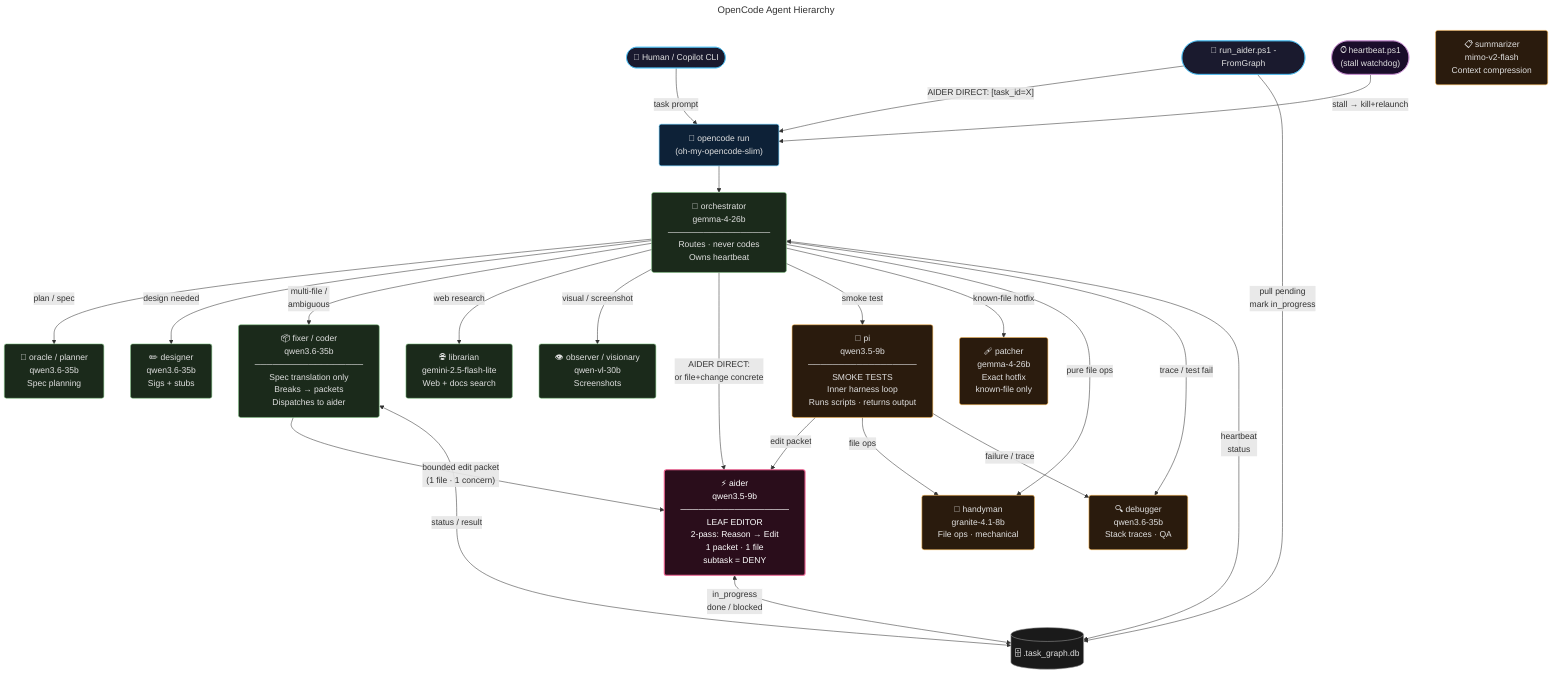
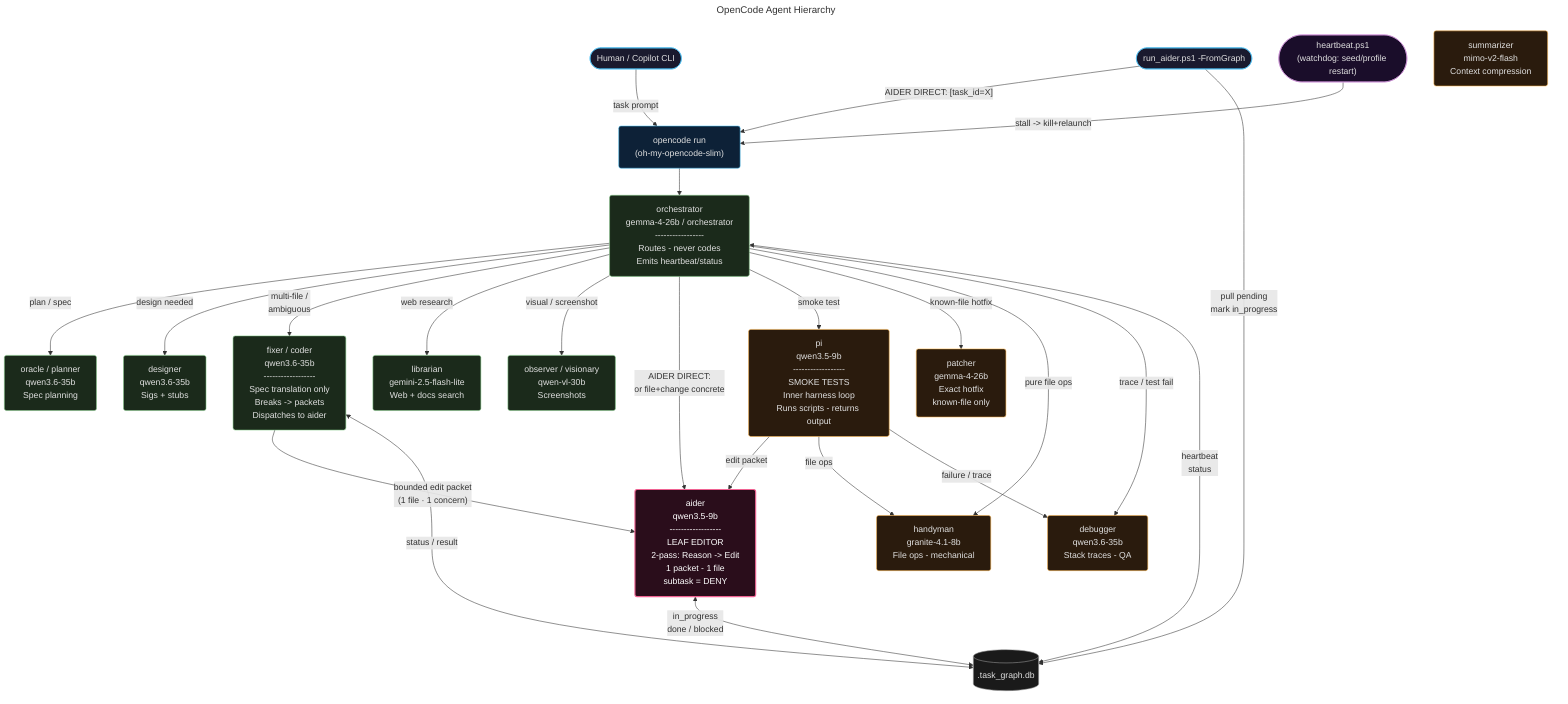
---
title: OpenCode Agent Hierarchy
---
flowchart TD
    %% ── Entry Points ──────────────────────────────────────────────
-     HUMAN(["👤 Human / Copilot CLI"])
-     RAG(["📜 run_aider.ps1 -FromGraph"])
-     HB(["⏱ heartbeat.ps1\n(stall watchdog)"])
-     DB[("🗄 .task_graph.db")]
+     HUMAN(["Human / Copilot CLI"])
+     RAG(["run_aider.ps1 -FromGraph"])
+     HB(["heartbeat.ps1\n(watchdog: seed/profile restart)"])
+     DB[(".task_graph.db")]

    %% ── opencode shell ────────────────────────────────────────────
-     OC["🚀 opencode run\n(oh-my-opencode-slim)"]
+     OC["opencode run\n(oh-my-opencode-slim)"]

    %% ── Primary agents ────────────────────────────────────────────
-     ORCH["🎯 orchestrator\ngemma-4-26b\n─────────────────\nRoutes · never codes\nOwns heartbeat"]
+     ORCH["orchestrator\ngemma-4-26b / orchestrator\n-----------------\nRoutes - never codes\nEmits heartbeat/status"]

-     ORACLE["🧠 oracle / planner\nqwen3.6-35b\nSpec planning"]
-     DESIGNER["✏️ designer\nqwen3.6-35b\nSigs + stubs"]
-     FIXER["📦 fixer / coder\nqwen3.6-35b\n──────────────────\nSpec translation only\nBreaks → packets\nDispatches to aider"]
-     LIBRARIAN["🌐 librarian\ngemini-2.5-flash-lite\nWeb + docs search"]
-     OBSERVER["👁 observer / visionary\nqwen-vl-30b\nScreenshots"]
+     ORACLE["oracle / planner\nqwen3.6-35b\nSpec planning"]
+     DESIGNER["designer\nqwen3.6-35b\nSigs + stubs"]
+     FIXER["fixer / coder\nqwen3.6-35b\n------------------\nSpec translation only\nBreaks -> packets\nDispatches to aider"]
+     LIBRARIAN["librarian\ngemini-2.5-flash-lite\nWeb + docs search"]
+     OBSERVER["observer / visionary\nqwen-vl-30b\nScreenshots"]

    %% ── Subagents ─────────────────────────────────────────────────
-     PI["🔬 pi\nqwen3.5-9b\n──────────────────\nSMOKE TESTS\nInner harness loop\nRuns scripts · returns output"]
-     AIDER["⚡ aider\nqwen3.5-9b\n──────────────────\nLEAF EDITOR\n2-pass: Reason → Edit\n1 packet · 1 file\nsubtask = DENY"]
-     HANDYMAN["🔧 handyman\ngranite-4.1-8b\nFile ops · mechanical"]
-     PATCHER["🩹 patcher\ngemma-4-26b\nExact hotfix\nknown-file only"]
-     DEBUGGER["🔍 debugger\nqwen3.6-35b\nStack traces · QA"]
-     SUMMARIZER["📋 summarizer\nmimo-v2-flash\nContext compression"]
+     PI["pi\nqwen3.5-9b\n------------------\nSMOKE TESTS\nInner harness loop\nRuns scripts - returns output"]
+     AIDER["aider\nqwen3.5-9b\n------------------\nLEAF EDITOR\n2-pass: Reason -> Edit\n1 packet - 1 file\nsubtask = DENY"]
+     HANDYMAN["handyman\ngranite-4.1-8b\nFile ops - mechanical"]
+     PATCHER["patcher\ngemma-4-26b\nExact hotfix\nknown-file only"]
+     DEBUGGER["debugger\nqwen3.6-35b\nStack traces - QA"]
+     SUMMARIZER["summarizer\nmimo-v2-flash\nContext compression"]

    %% ── Entry → shell ─────────────────────────────────────────────
    HUMAN -->|"task prompt"| OC
    RAG -->|"AIDER DIRECT: [task_id=X]"| OC
-     HB -->|"stall → kill+relaunch"| OC
+     HB -->|"stall -> kill+relaunch"| OC

    %% ── shell → orchestrator ──────────────────────────────────────
    OC --> ORCH

    %% ── orchestrator → primaries ──────────────────────────────────
    ORCH -->|"plan / spec"| ORACLE
    ORCH -->|"design needed"| DESIGNER
    ORCH -->|"multi-file /\nambiguous"| FIXER
    ORCH -->|"web research"| LIBRARIAN
    ORCH -->|"visual / screenshot"| OBSERVER

    %% ── orchestrator → subagents (direct shortcuts) ───────────────
    ORCH -->|"AIDER DIRECT:\nor file+change concrete"| AIDER
    ORCH -->|"smoke test"| PI
    ORCH -->|"known-file hotfix"| PATCHER
    ORCH -->|"pure file ops"| HANDYMAN
    ORCH -->|"trace / test fail"| DEBUGGER

    %% ── fixer → aider (packet chain) ─────────────────────────────
    FIXER -->|"bounded edit packet\n(1 file · 1 concern)"| AIDER

    %% ── pi internal routing ───────────────────────────────────────
    PI -->|"edit packet"| AIDER
    PI -->|"file ops"| HANDYMAN
    PI -->|"failure / trace"| DEBUGGER

    %% ── task graph wiring ─────────────────────────────────────────
    ORCH <-->|"heartbeat\nstatus"| DB
    FIXER <-->|"status / result"| DB
    AIDER <-->|"in_progress\ndone / blocked"| DB
    RAG -->|"pull pending\nmark in_progress"| DB

    %% ── styles ────────────────────────────────────────────────────
    classDef entry    fill:#1a1a2e,stroke:#4fc3f7,color:#e0e0e0,rx:8
    classDef shell    fill:#0d2137,stroke:#4fc3f7,color:#e0e0e0,rx:4
    classDef primary  fill:#1b2a1b,stroke:#81c784,color:#e0e0e0,rx:4
    classDef subagent fill:#2a1b0d,stroke:#ffb74d,color:#e0e0e0,rx:4
    classDef leaf     fill:#2a0d1b,stroke:#f06292,color:#ffffff,rx:4,stroke-width:2px
    classDef db       fill:#1a1a1a,stroke:#9e9e9e,color:#e0e0e0
    classDef watchdog fill:#1a0d2a,stroke:#ce93d8,color:#e0e0e0,rx:8

    class HUMAN,RAG entry
    class HB watchdog
    class OC shell
    class ORCH,ORACLE,DESIGNER,FIXER,LIBRARIAN,OBSERVER primary
    class PI,HANDYMAN,PATCHER,DEBUGGER,SUMMARIZER subagent
    class AIDER leaf
    class DB db
